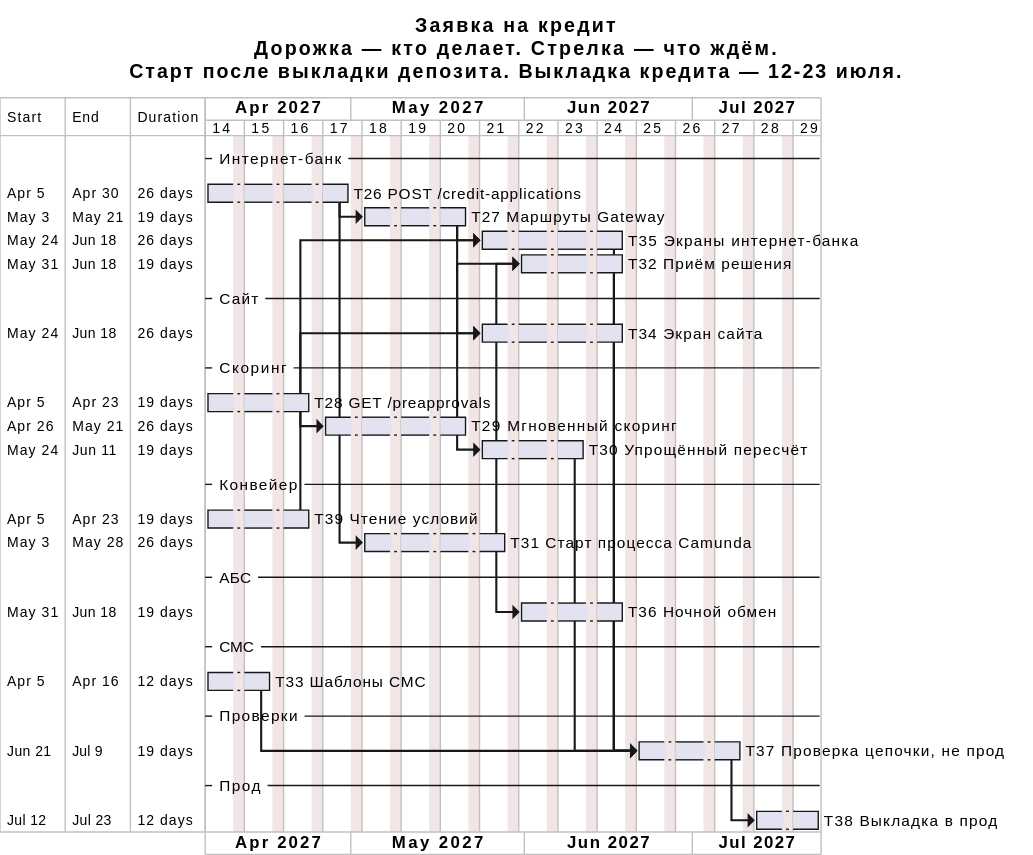
Before: Task5/c4/05-roadmap.svg, a diagram exported from PlantUML (Dima-Karpov/architecture-pro-standart).
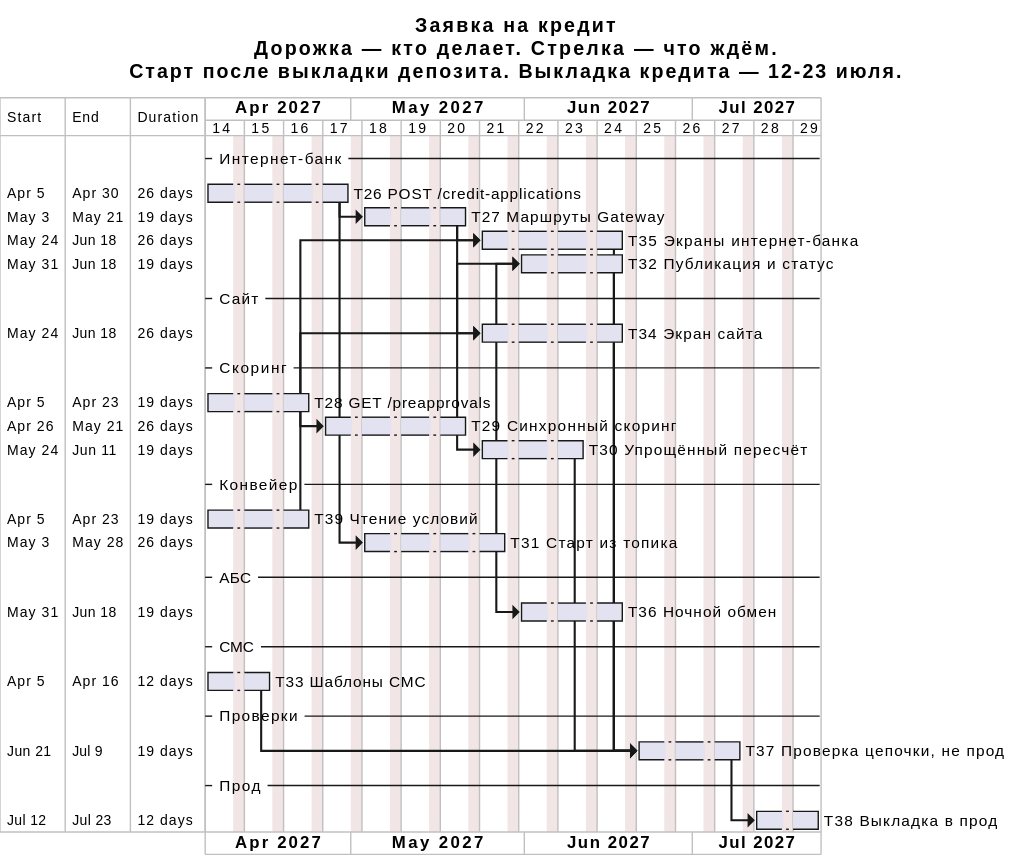
Above is the later version.

The edit, as a diff of the source:
```diff
@@ -11,22 +11,22 @@
 [T26 POST /credit-applications] starts 2027-04-05 and lasts 4 weeks
 [T27 Маршруты Gateway] starts at [T26 POST /credit-applications]'s end and lasts 3 weeks
 [T35 Экраны интернет-банка] starts at [T27 Маршруты Gateway]'s end and lasts 4 weeks
-[T32 Приём решения] lasts 3 weeks
+[T32 Публикация и статус] lasts 3 weeks
 
 -- Сайт --
 [T34 Экран сайта] lasts 4 weeks
 
 -- Скоринг --
 [T28 GET /preapprovals] starts 2027-04-05 and lasts 3 weeks
-[T29 Мгновенный скоринг] starts at [T28 GET /preapprovals]'s end and lasts 4 weeks
-[T30 Упрощённый пересчёт] starts at [T29 Мгновенный скоринг]'s end and lasts 3 weeks
+[T29 Синхронный скоринг] starts at [T28 GET /preapprovals]'s end and lasts 4 weeks
+[T30 Упрощённый пересчёт] starts at [T29 Синхронный скоринг]'s end and lasts 3 weeks
 
 -- Конвейер --
 [T39 Чтение условий] starts 2027-04-05 and lasts 3 weeks
-[T31 Старт процесса Camunda] starts at [T26 POST /credit-applications]'s end and lasts 4 weeks
+[T31 Старт из топика] starts at [T26 POST /credit-applications]'s end and lasts 4 weeks
 
 -- АБС --
-[T36 Ночной обмен] starts at [T31 Старт процесса Camunda]'s end and lasts 3 weeks
+[T36 Ночной обмен] starts at [T31 Старт из топика]'s end and lasts 3 weeks
 
 -- СМС --
 [T33 Шаблоны СМС] starts 2027-04-05 and lasts 2 weeks
@@ -37,13 +37,13 @@
 -- Прод --
 [T38 Выкладка в прод] lasts 2 weeks
 
-[T32 Приём решения] starts at [T31 Старт процесса Camunda]'s end
-[T32 Приём решения] starts at [T29 Мгновенный скоринг]'s end
+[T32 Публикация и статус] starts at [T31 Старт из топика]'s end
+[T32 Публикация и статус] starts at [T29 Синхронный скоринг]'s end
 [T35 Экраны интернет-банка] starts at [T28 GET /preapprovals]'s end
 [T34 Экран сайта] starts at [T39 Чтение условий]'s end
 [T34 Экран сайта] starts at [T27 Маршруты Gateway]'s end
 [T37 Проверка цепочки, не прод] starts at [T34 Экран сайта]'s end
-[T37 Проверка цепочки, не прод] starts at [T32 Приём решения]'s end
+[T37 Проверка цепочки, не прод] starts at [T32 Публикация и статус]'s end
 [T37 Проверка цепочки, не прод] starts at [T35 Экраны интернет-банка]'s end
 [T37 Проверка цепочки, не прод] starts at [T36 Ночной обмен]'s end
 [T37 Проверка цепочки, не прод] starts at [T30 Упрощённый пересчёт]'s end
```
